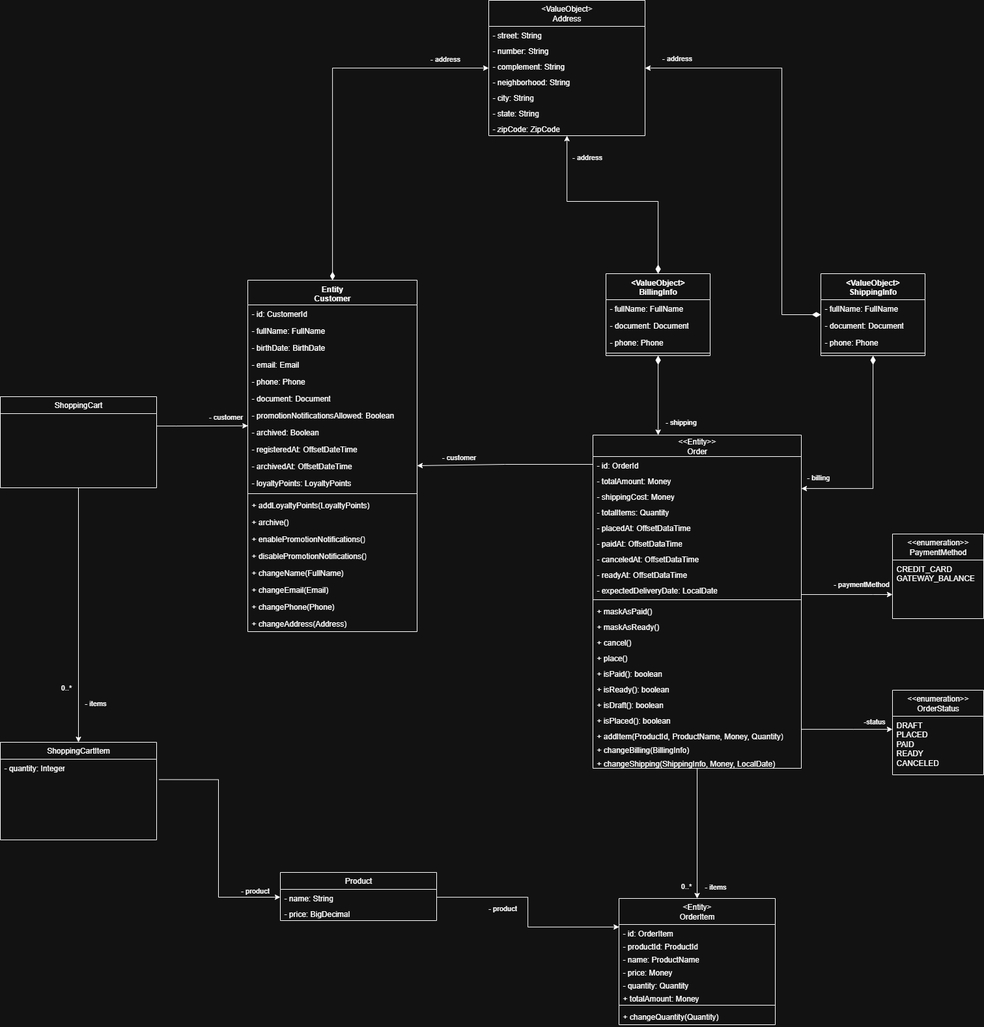
Above: Algashop domain model.png in dhsouza/algashop-docs (draw.io), before the change. Source tidied: cells renumbered, new cells last; positions are measured from the earlier drawing's top-left corner, leaving out a move shared by most shapes.
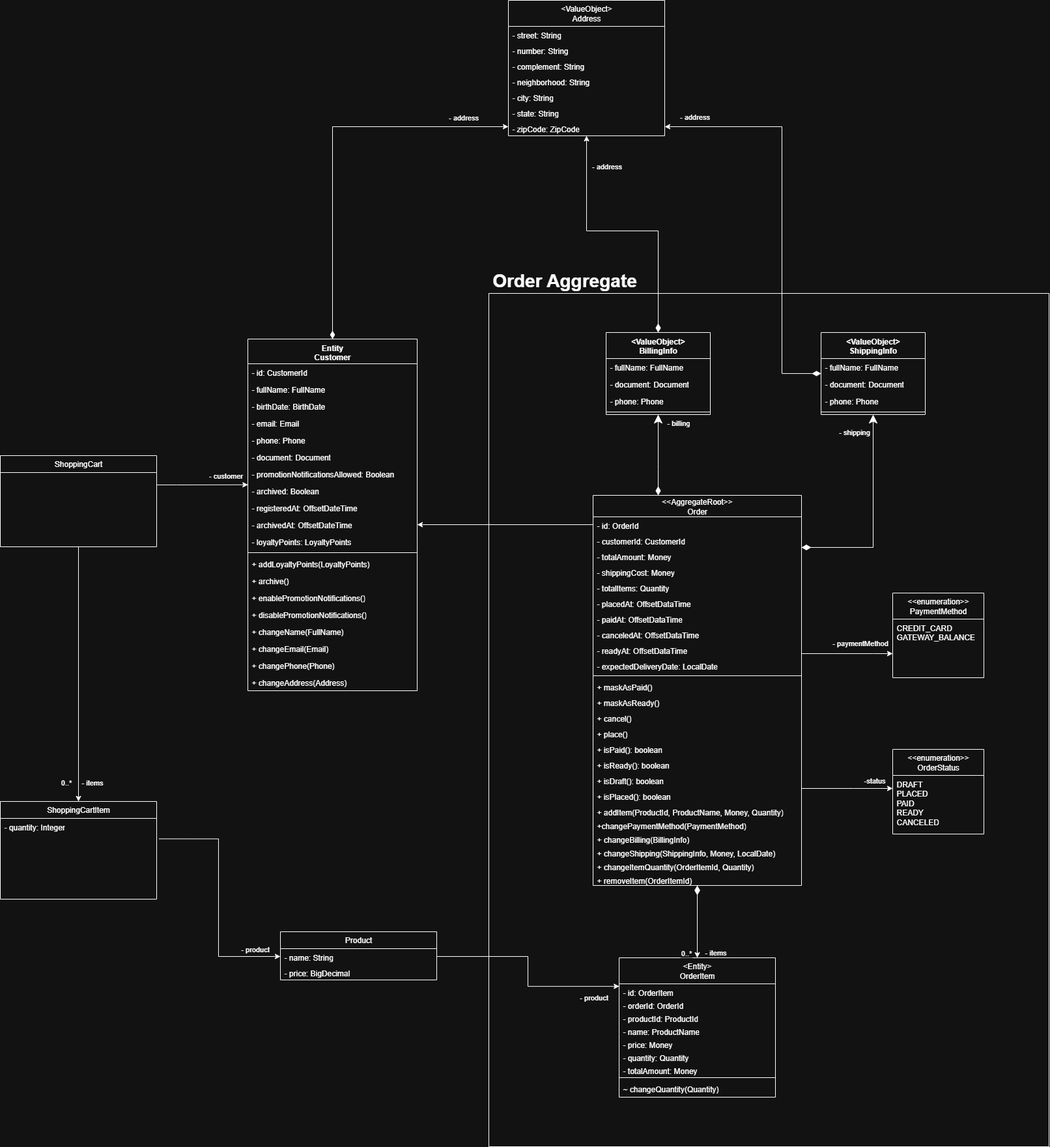
Above is the later version.

Commit message:
chore: modeling aggregates

Diff of the diagram source:
```diff
@@ -2,6 +2,9 @@
   <root>
     <mxCell id="0" />
     <mxCell id="1" parent="0" />
+    <mxCell id="110" style="verticalLabelPosition=bottom;verticalAlign=top;html=1;shape=mxgraph.basic.rect;fillColor2=none;strokeWidth=1;size=20;indent=5;shadow=0;fillColor=none;" parent="1" vertex="1">
+      <mxGeometry x="750" y="360" width="860" height="1310" as="geometry" />
+    </mxCell>
     <mxCell id="2" style="rounded=0;jettySize=auto;html=1;flowAnimation=0;edgeStyle=orthogonalEdgeStyle;startArrow=diamondThin;startFill=1;strokeWidth=1;startSize=10;" parent="1" edge="1" source="4" target="74">
       <mxGeometry relative="1" as="geometry">
         <Array as="points">
@@ -82,12 +85,12 @@
     </mxCell>
     <mxCell id="26" value="- items" style="edgeLabel;html=1;align=center;verticalAlign=middle;" parent="25" vertex="1">
       <mxGeometry x="0.67" y="4" relative="1" as="geometry">
-        <mxPoint x="21" y="3" as="offset" />
+        <mxPoint x="16" y="34" as="offset" />
       </mxGeometry>
     </mxCell>
     <mxCell id="27" value="0..*" style="edgeLabel;html=1;align=center;verticalAlign=middle;" parent="25" vertex="1">
       <mxGeometry x="0.44" relative="1" as="geometry">
-        <mxPoint x="-20" y="24" as="offset" />
+        <mxPoint x="-20" y="78" as="offset" />
       </mxGeometry>
     </mxCell>
     <mxCell id="28" style="edgeStyle=orthogonalEdgeStyle;rounded=0;jettySize=auto;html=1;entryX=0.001;entryY=0.145;entryDx=0;entryDy=0;entryPerimeter=0;" parent="1" edge="1" source="30" target="12">
@@ -130,41 +133,44 @@
       <mxGeometry y="50" width="240" height="24" as="geometry" />
     </mxCell>
     <mxCell id="38" value="&lt;div&gt;&amp;lt;Entity&amp;gt;&lt;/div&gt;OrderItem" style="swimlane;fontStyle=0;horizontal=1;startSize=40;fillColor=none;whiteSpace=wrap;html=1;" parent="1" vertex="1">
-      <mxGeometry x="950" y="1380" width="240" height="194" as="geometry" />
+      <mxGeometry x="950" y="1380" width="240" height="214" as="geometry" />
     </mxCell>
     <mxCell id="39" value="- id: OrderItem" style="text;strokeColor=none;fillColor=none;align=left;verticalAlign=top;spacingLeft=4;spacingRight=4;overflow=hidden;points=[[0,0.5],[1,0.5]];portConstraint=eastwest;whiteSpace=wrap;html=1;" parent="38" vertex="1">
       <mxGeometry y="40" width="240" height="20" as="geometry" />
     </mxCell>
+    <mxCell id="111" value="- orderId: OrderId" style="text;strokeColor=none;fillColor=none;align=left;verticalAlign=top;spacingLeft=4;spacingRight=4;overflow=hidden;whiteSpace=wrap;html=1;" parent="38" vertex="1">
+      <mxGeometry y="60" width="240" height="20" as="geometry" />
+    </mxCell>
     <mxCell id="40" value="- productId: ProductId" style="text;strokeColor=none;fillColor=none;align=left;verticalAlign=top;spacingLeft=4;spacingRight=4;overflow=hidden;whiteSpace=wrap;html=1;" parent="38" vertex="1">
-      <mxGeometry y="60" width="240" height="20" as="geometry" />
+      <mxGeometry y="80" width="240" height="20" as="geometry" />
     </mxCell>
     <mxCell id="41" value="- name: ProductName" style="text;strokeColor=none;fillColor=none;align=left;verticalAlign=top;spacingLeft=4;spacingRight=4;overflow=hidden;whiteSpace=wrap;html=1;" parent="38" vertex="1">
-      <mxGeometry y="80" width="240" height="20" as="geometry" />
+      <mxGeometry y="100" width="240" height="20" as="geometry" />
     </mxCell>
     <mxCell id="42" value="- price: Money" style="text;strokeColor=none;fillColor=none;align=left;verticalAlign=top;spacingLeft=4;spacingRight=4;overflow=hidden;whiteSpace=wrap;html=1;" parent="38" vertex="1">
-      <mxGeometry y="100" width="240" height="20" as="geometry" />
+      <mxGeometry y="120" width="240" height="20" as="geometry" />
     </mxCell>
     <mxCell id="43" value="- quantity: Quantity" style="text;strokeColor=none;fillColor=none;align=left;verticalAlign=top;spacingLeft=4;spacingRight=4;overflow=hidden;whiteSpace=wrap;html=1;" parent="38" vertex="1">
-      <mxGeometry y="120" width="240" height="20" as="geometry" />
+      <mxGeometry y="140" width="240" height="20" as="geometry" />
     </mxCell>
-    <mxCell id="44" value="+ totalAmount: Money" style="text;strokeColor=none;fillColor=none;align=left;verticalAlign=top;spacingLeft=4;spacingRight=4;overflow=hidden;whiteSpace=wrap;html=1;" parent="38" vertex="1">
-      <mxGeometry y="140" width="240" height="20" as="geometry" />
+    <mxCell id="44" value="- totalAmount: Money" style="text;strokeColor=none;fillColor=none;align=left;verticalAlign=top;spacingLeft=4;spacingRight=4;overflow=hidden;whiteSpace=wrap;html=1;" parent="38" vertex="1">
+      <mxGeometry y="160" width="240" height="20" as="geometry" />
     </mxCell>
     <mxCell id="45" style="line;strokeWidth=1;fillColor=none;align=left;verticalAlign=middle;spacingTop=-1;spacingLeft=3;spacingRight=3;labelPosition=right;strokeColor=inherit;" parent="38" vertex="1">
-      <mxGeometry y="160" width="240" height="8" as="geometry" />
+      <mxGeometry y="180" width="240" height="8" as="geometry" />
     </mxCell>
-    <mxCell id="46" value="+ changeQuantity(Quantity)" style="text;strokeColor=none;fillColor=none;align=left;verticalAlign=top;spacingLeft=4;spacingRight=4;overflow=hidden;whiteSpace=wrap;html=1;" parent="38" vertex="1">
-      <mxGeometry y="168" width="240" height="26" as="geometry" />
+    <mxCell id="46" value="~ changeQuantity(Quantity)" style="text;strokeColor=none;fillColor=none;align=left;verticalAlign=top;spacingLeft=4;spacingRight=4;overflow=hidden;whiteSpace=wrap;html=1;" parent="38" vertex="1">
+      <mxGeometry y="188" width="240" height="26" as="geometry" />
     </mxCell>
     <mxCell id="47" style="edgeStyle=orthogonalEdgeStyle;rounded=0;jettySize=auto;html=1;entryX=0.001;entryY=0.193;entryDx=0;entryDy=0;entryPerimeter=0;" parent="1" edge="1" source="36" target="39">
       <mxGeometry relative="1" as="geometry" />
     </mxCell>
     <mxCell id="48" value="- product" style="edgeLabel;html=1;align=center;verticalAlign=middle;" parent="47" vertex="1">
       <mxGeometry x="0.14" y="1" relative="1" as="geometry">
-        <mxPoint x="-41" y="-29" as="offset" />
+        <mxPoint x="100" y="17" as="offset" />
       </mxGeometry>
     </mxCell>
-    <mxCell id="49" style="edgeStyle=orthogonalEdgeStyle;rounded=0;jettySize=auto;html=1;" parent="1" edge="1" source="52" target="38">
+    <mxCell id="49" style="edgeStyle=orthogonalEdgeStyle;rounded=0;jettySize=auto;html=1;startArrow=diamondThin;startFill=1;startSize=12;" parent="1" edge="1" source="52" target="38">
       <mxGeometry relative="1" as="geometry" />
     </mxCell>
     <mxCell id="50" value="- items" style="edgeLabel;html=1;align=center;verticalAlign=middle;" parent="49" vertex="1">
@@ -177,74 +183,86 @@
         <mxPoint x="-17" y="9" as="offset" />
       </mxGeometry>
     </mxCell>
-    <mxCell id="52" value="&lt;div&gt;&amp;lt;&amp;lt;Entity&amp;gt;&amp;gt;&lt;/div&gt;Order" style="swimlane;fontStyle=0;horizontal=1;startSize=33;fillColor=none;whiteSpace=wrap;html=1;" parent="1" vertex="1">
-      <mxGeometry x="910" y="668" width="320" height="512" as="geometry" />
+    <mxCell id="52" value="&lt;div&gt;&amp;lt;&amp;lt;AggregateRoot&amp;gt;&amp;gt;&lt;/div&gt;Order" style="swimlane;fontStyle=0;horizontal=1;startSize=33;fillColor=none;whiteSpace=wrap;html=1;" parent="1" vertex="1">
+      <mxGeometry x="910" y="670" width="320" height="599" as="geometry" />
     </mxCell>
     <mxCell id="53" value="- id: OrderId" style="text;strokeColor=none;fillColor=none;align=left;verticalAlign=top;spacingLeft=4;spacingRight=4;overflow=hidden;points=[[0,0.5],[1,0.5]];portConstraint=eastwest;whiteSpace=wrap;html=1;" parent="52" vertex="1">
       <mxGeometry y="33" width="320" height="24" as="geometry" />
     </mxCell>
+    <mxCell id="112" value="- customerId: CustomerId" style="text;strokeColor=none;fillColor=none;align=left;verticalAlign=top;spacingLeft=4;spacingRight=4;overflow=hidden;whiteSpace=wrap;html=1;" parent="52" vertex="1">
+      <mxGeometry y="57" width="320" height="24" as="geometry" />
+    </mxCell>
     <mxCell id="54" value="- totalAmount: Money" style="text;strokeColor=none;fillColor=none;align=left;verticalAlign=top;spacingLeft=4;spacingRight=4;overflow=hidden;whiteSpace=wrap;html=1;" parent="52" vertex="1">
-      <mxGeometry y="57" width="320" height="24" as="geometry" />
+      <mxGeometry y="81" width="320" height="24" as="geometry" />
     </mxCell>
     <mxCell id="55" value="- shippingCost: Money" style="text;strokeColor=none;fillColor=none;align=left;verticalAlign=top;spacingLeft=4;spacingRight=4;overflow=hidden;whiteSpace=wrap;html=1;" parent="52" vertex="1">
-      <mxGeometry y="81" width="320" height="24" as="geometry" />
+      <mxGeometry y="105" width="320" height="24" as="geometry" />
     </mxCell>
     <mxCell id="56" value="- totalItems: Quantity" style="text;strokeColor=none;fillColor=none;align=left;verticalAlign=top;spacingLeft=4;spacingRight=4;overflow=hidden;whiteSpace=wrap;html=1;" parent="52" vertex="1">
-      <mxGeometry y="105" width="320" height="24" as="geometry" />
+      <mxGeometry y="129" width="320" height="24" as="geometry" />
     </mxCell>
     <mxCell id="57" value="- placedAt: OffsetDataTime" style="text;strokeColor=none;fillColor=none;align=left;verticalAlign=top;spacingLeft=4;spacingRight=4;overflow=hidden;whiteSpace=wrap;html=1;" parent="52" vertex="1">
-      <mxGeometry y="129" width="320" height="24" as="geometry" />
+      <mxGeometry y="153" width="320" height="24" as="geometry" />
     </mxCell>
     <mxCell id="58" value="- paidAt: OffsetDataTime" style="text;strokeColor=none;fillColor=none;align=left;verticalAlign=top;spacingLeft=4;spacingRight=4;overflow=hidden;whiteSpace=wrap;html=1;" parent="52" vertex="1">
-      <mxGeometry y="153" width="320" height="24" as="geometry" />
+      <mxGeometry y="177" width="320" height="24" as="geometry" />
     </mxCell>
     <mxCell id="59" value="- canceledAt: OffsetDataTime" style="text;strokeColor=none;fillColor=none;align=left;verticalAlign=top;spacingLeft=4;spacingRight=4;overflow=hidden;whiteSpace=wrap;html=1;" parent="52" vertex="1">
-      <mxGeometry y="177" width="320" height="24" as="geometry" />
+      <mxGeometry y="201" width="320" height="24" as="geometry" />
     </mxCell>
     <mxCell id="60" value="- readyAt: OffsetDataTime" style="text;strokeColor=none;fillColor=none;align=left;verticalAlign=top;spacingLeft=4;spacingRight=4;overflow=hidden;whiteSpace=wrap;html=1;" parent="52" vertex="1">
-      <mxGeometry y="201" width="320" height="24" as="geometry" />
+      <mxGeometry y="225" width="320" height="24" as="geometry" />
     </mxCell>
     <mxCell id="61" value="- expectedDeliveryDate: LocalDate" style="text;strokeColor=none;fillColor=none;align=left;verticalAlign=top;spacingLeft=4;spacingRight=4;overflow=hidden;whiteSpace=wrap;html=1;" parent="52" vertex="1">
-      <mxGeometry y="225" width="320" height="24" as="geometry" />
+      <mxGeometry y="249" width="320" height="24" as="geometry" />
     </mxCell>
     <mxCell id="62" style="line;strokeWidth=1;fillColor=none;align=left;verticalAlign=middle;spacingTop=-1;spacingLeft=3;spacingRight=3;labelPosition=right;strokeColor=inherit;" parent="52" vertex="1">
-      <mxGeometry y="249" width="320" height="8" as="geometry" />
+      <mxGeometry y="273" width="320" height="8" as="geometry" />
     </mxCell>
     <mxCell id="63" value="+ maskAsPaid()" style="text;strokeColor=none;fillColor=none;align=left;verticalAlign=top;spacingLeft=4;spacingRight=4;overflow=hidden;whiteSpace=wrap;html=1;" parent="52" vertex="1">
-      <mxGeometry y="257" width="320" height="24" as="geometry" />
+      <mxGeometry y="281" width="320" height="24" as="geometry" />
     </mxCell>
     <mxCell id="64" value="+ maskAsReady()" style="text;strokeColor=none;fillColor=none;align=left;verticalAlign=top;spacingLeft=4;spacingRight=4;overflow=hidden;whiteSpace=wrap;html=1;" parent="52" vertex="1">
-      <mxGeometry y="281" width="320" height="24" as="geometry" />
+      <mxGeometry y="305" width="320" height="24" as="geometry" />
     </mxCell>
     <mxCell id="65" value="+ cancel()" style="text;strokeColor=none;fillColor=none;align=left;verticalAlign=top;spacingLeft=4;spacingRight=4;overflow=hidden;whiteSpace=wrap;html=1;" parent="52" vertex="1">
-      <mxGeometry y="305" width="320" height="24" as="geometry" />
+      <mxGeometry y="329" width="320" height="24" as="geometry" />
     </mxCell>
     <mxCell id="66" value="+ place()" style="text;strokeColor=none;fillColor=none;align=left;verticalAlign=top;spacingLeft=4;spacingRight=4;overflow=hidden;whiteSpace=wrap;html=1;" parent="52" vertex="1">
-      <mxGeometry y="329" width="320" height="24" as="geometry" />
+      <mxGeometry y="353" width="320" height="24" as="geometry" />
     </mxCell>
     <mxCell id="67" value="+ isPaid(): boolean" style="text;strokeColor=none;fillColor=none;align=left;verticalAlign=top;spacingLeft=4;spacingRight=4;overflow=hidden;whiteSpace=wrap;html=1;" parent="52" vertex="1">
-      <mxGeometry y="353" width="320" height="24" as="geometry" />
+      <mxGeometry y="377" width="320" height="24" as="geometry" />
     </mxCell>
     <mxCell id="68" value="+ isReady(): boolean" style="text;strokeColor=none;fillColor=none;align=left;verticalAlign=top;spacingLeft=4;spacingRight=4;overflow=hidden;whiteSpace=wrap;html=1;" parent="52" vertex="1">
-      <mxGeometry y="377" width="320" height="24" as="geometry" />
+      <mxGeometry y="401" width="320" height="24" as="geometry" />
     </mxCell>
     <mxCell id="69" value="+ isDraft(): boolean" style="text;strokeColor=none;fillColor=none;align=left;verticalAlign=top;spacingLeft=4;spacingRight=4;overflow=hidden;whiteSpace=wrap;html=1;" parent="52" vertex="1">
-      <mxGeometry y="401" width="320" height="24" as="geometry" />
+      <mxGeometry y="425" width="320" height="24" as="geometry" />
     </mxCell>
     <mxCell id="70" value="+ isPlaced(): boolean" style="text;strokeColor=none;fillColor=none;align=left;verticalAlign=top;spacingLeft=4;spacingRight=4;overflow=hidden;whiteSpace=wrap;html=1;" parent="52" vertex="1">
-      <mxGeometry y="425" width="320" height="24" as="geometry" />
+      <mxGeometry y="449" width="320" height="24" as="geometry" />
     </mxCell>
     <mxCell id="71" value="+ addItem(ProductId, ProductName, Money, Quantity)" style="text;strokeColor=none;fillColor=none;align=left;verticalAlign=top;spacingLeft=4;spacingRight=4;overflow=hidden;whiteSpace=wrap;html=1;" parent="52" vertex="1">
-      <mxGeometry y="449" width="320" height="21" as="geometry" />
+      <mxGeometry y="473" width="320" height="21" as="geometry" />
     </mxCell>
+    <mxCell id="113" value="+changePaymentMethod(PaymentMethod)" style="text;strokeColor=none;fillColor=none;align=left;verticalAlign=top;spacingLeft=4;spacingRight=4;overflow=hidden;whiteSpace=wrap;html=1;" parent="52" vertex="1">
+      <mxGeometry y="494" width="320" height="21" as="geometry" />
+    </mxCell>
     <mxCell id="72" value="+ changeBilling(BillingInfo)" style="text;strokeColor=none;fillColor=none;align=left;verticalAlign=top;spacingLeft=4;spacingRight=4;overflow=hidden;whiteSpace=wrap;html=1;" parent="52" vertex="1">
-      <mxGeometry y="470" width="320" height="21" as="geometry" />
+      <mxGeometry y="515" width="320" height="21" as="geometry" />
     </mxCell>
     <mxCell id="73" value="+ changeShipping(ShippingInfo, Money, LocalDate)" style="text;strokeColor=none;fillColor=none;align=left;verticalAlign=top;spacingLeft=4;spacingRight=4;overflow=hidden;whiteSpace=wrap;html=1;" parent="52" vertex="1">
-      <mxGeometry y="491" width="320" height="21" as="geometry" />
+      <mxGeometry y="536" width="320" height="21" as="geometry" />
     </mxCell>
+    <mxCell id="114" value="+ changeItemQuantity(OrderItemId, Quantity)" style="text;strokeColor=none;fillColor=none;align=left;verticalAlign=top;spacingLeft=4;spacingRight=4;overflow=hidden;whiteSpace=wrap;html=1;" parent="52" vertex="1">
+      <mxGeometry y="557" width="320" height="21" as="geometry" />
+    </mxCell>
+    <mxCell id="115" value="+ removeItem(OrderItemId)" style="text;strokeColor=none;fillColor=none;align=left;verticalAlign=top;spacingLeft=4;spacingRight=4;overflow=hidden;whiteSpace=wrap;html=1;" parent="52" vertex="1">
+      <mxGeometry y="578" width="320" height="21" as="geometry" />
+    </mxCell>
     <mxCell id="74" value="&lt;div&gt;&amp;lt;ValueObject&amp;gt;&lt;/div&gt;Address" style="swimlane;fontStyle=0;horizontal=1;startSize=40;fillColor=none;whiteSpace=wrap;html=1;" parent="1" vertex="1">
-      <mxGeometry x="750" width="240" height="208" as="geometry" />
+      <mxGeometry x="780" y="-90" width="240" height="208" as="geometry" />
     </mxCell>
     <mxCell id="75" value="- street: String" style="text;strokeColor=none;fillColor=none;align=left;verticalAlign=top;spacingLeft=4;spacingRight=4;overflow=hidden;whiteSpace=wrap;html=1;" parent="74" vertex="1">
       <mxGeometry y="40" width="240" height="24" as="geometry" />
@@ -270,21 +288,16 @@
     <mxCell id="82" style="edgeStyle=orthogonalEdgeStyle;rounded=0;jettySize=auto;html=1;entryX=1;entryY=0.5;entryDx=0;entryDy=0;" parent="1" edge="1" source="53" target="14">
       <mxGeometry relative="1" as="geometry" />
     </mxCell>
-    <mxCell id="83" value="- customer" style="edgeLabel;html=1;align=center;verticalAlign=middle;" parent="82" vertex="1">
-      <mxGeometry x="0.56" y="1" relative="1" as="geometry">
-        <mxPoint x="4" y="-15" as="offset" />
-      </mxGeometry>
-    </mxCell>
-    <mxCell id="84" style="edgeStyle=orthogonalEdgeStyle;rounded=0;jettySize=auto;html=1;startArrow=diamondThin;startFill=1;startSize=11;" parent="1" edge="1" source="88" target="52">
+    <mxCell id="84" style="edgeStyle=orthogonalEdgeStyle;rounded=0;jettySize=auto;html=1;startArrow=classic;startFill=1;startSize=11;endArrow=diamondThin;endFill=1;endSize=12;" parent="1" edge="1" source="88" target="52">
       <mxGeometry relative="1" as="geometry">
         <Array as="points">
           <mxPoint x="1340" y="750" />
         </Array>
       </mxGeometry>
     </mxCell>
-    <mxCell id="85" value="- billing" style="edgeLabel;html=1;align=center;verticalAlign=middle;" parent="84" vertex="1">
+    <mxCell id="85" value="- shipping" style="edgeLabel;html=1;align=center;verticalAlign=middle;" parent="84" vertex="1">
       <mxGeometry x="0.83" y="2" relative="1" as="geometry">
-        <mxPoint x="-3" y="-20" as="offset" />
+        <mxPoint x="53" y="-180" as="offset" />
       </mxGeometry>
     </mxCell>
     <mxCell id="86" style="edgeStyle=orthogonalEdgeStyle;rounded=0;jettySize=auto;html=1;startArrow=diamondThin;startFill=1;startSize=11;" parent="1" edge="1" source="88" target="74">
@@ -315,7 +328,7 @@
     <mxCell id="92" style="line;strokeWidth=1;fillColor=none;align=left;verticalAlign=middle;spacingTop=-1;spacingLeft=3;spacingRight=3;labelPosition=right;strokeColor=inherit;" parent="88" vertex="1">
       <mxGeometry y="118" width="160" height="8" as="geometry" />
     </mxCell>
-    <mxCell id="93" style="edgeStyle=orthogonalEdgeStyle;rounded=0;jettySize=auto;html=1;startArrow=diamondThin;startFill=1;startSize=11;" parent="1" edge="1" source="97" target="52">
+    <mxCell id="93" style="edgeStyle=orthogonalEdgeStyle;rounded=0;jettySize=auto;html=1;startArrow=classic;startFill=1;startSize=11;endArrow=diamondThin;endFill=1;endSize=11;" parent="1" edge="1" source="97" target="52">
       <mxGeometry relative="1" as="geometry">
         <Array as="points">
           <mxPoint x="1010" y="630" />
@@ -323,9 +336,9 @@
         </Array>
       </mxGeometry>
     </mxCell>
-    <mxCell id="94" value="- shipping" style="edgeLabel;html=1;align=center;verticalAlign=middle;" parent="93" vertex="1">
+    <mxCell id="94" value="- billing" style="edgeLabel;html=1;align=center;verticalAlign=middle;" parent="93" vertex="1">
       <mxGeometry x="0.55" y="1" relative="1" as="geometry">
-        <mxPoint x="33" y="8" as="offset" />
+        <mxPoint x="29" y="-83" as="offset" />
       </mxGeometry>
     </mxCell>
     <mxCell id="95" style="edgeStyle=orthogonalEdgeStyle;rounded=0;jettySize=auto;html=1;startArrow=diamondThin;startFill=1;startSize=11;" parent="1" edge="1" source="97" target="74">
@@ -389,5 +402,8 @@
         <mxPoint x="-5" y="-17" as="offset" />
       </mxGeometry>
     </mxCell>
+    <mxCell id="116" value="&lt;font&gt;Order Aggregate&lt;/font&gt;" style="text;html=1;align=center;verticalAlign=middle;strokeColor=none;fillColor=none;fontStyle=1;fontSize=28;" parent="1" vertex="1">
+      <mxGeometry x="751" y="315" width="230" height="50" as="geometry" />
+    </mxCell>
   </root>
 </mxGraphModel>
```
